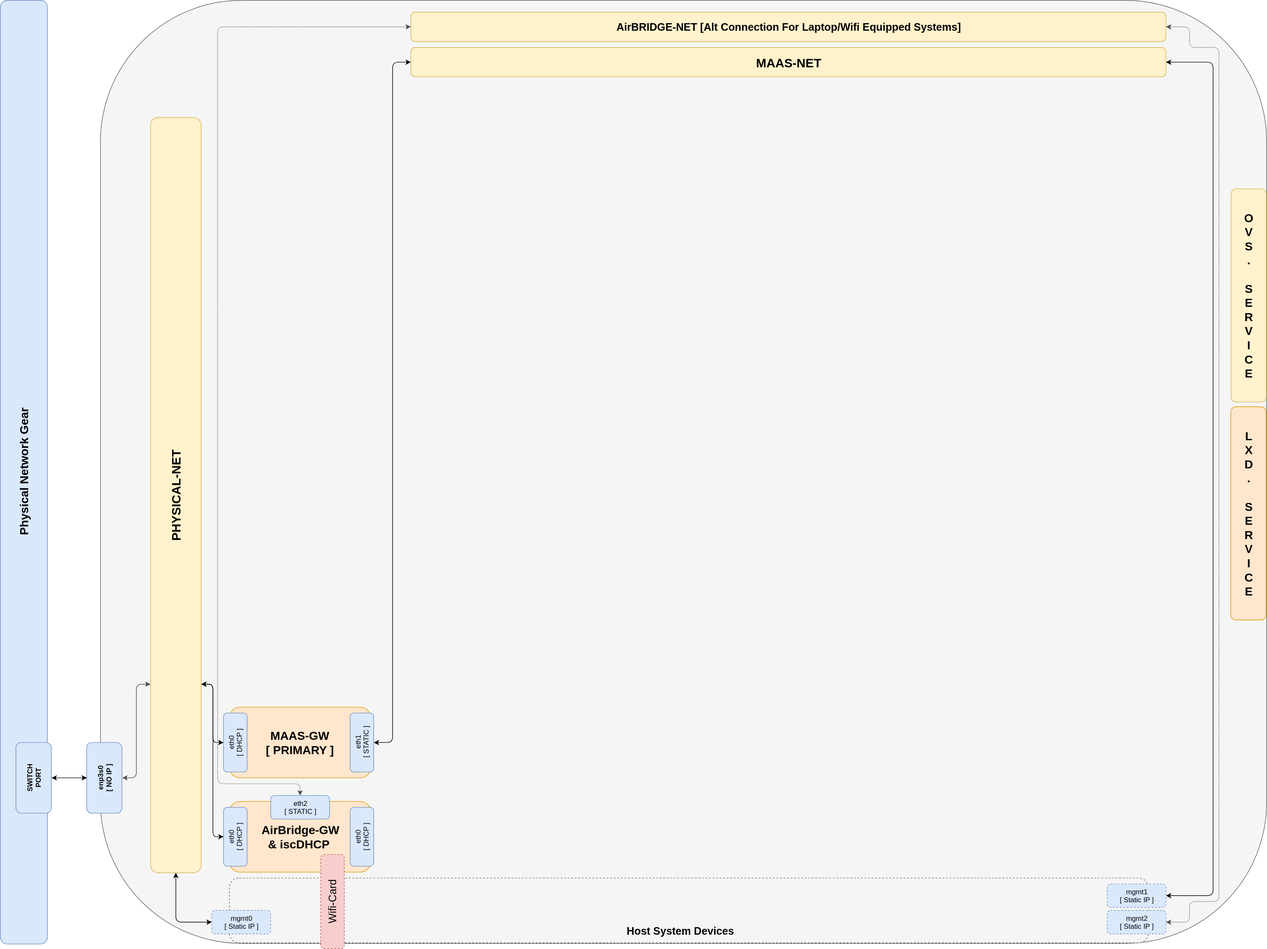
The draw.io diagram 3_LXD-Network-Gateway/web/drawio/lxd-gateway.svg in KathrynMorgan/mini-stack, before a commit. Source tidied: cells renumbered, new cells last; positions are measured from the earlier drawing's top-left corner, leaving out a move shared by most shapes.
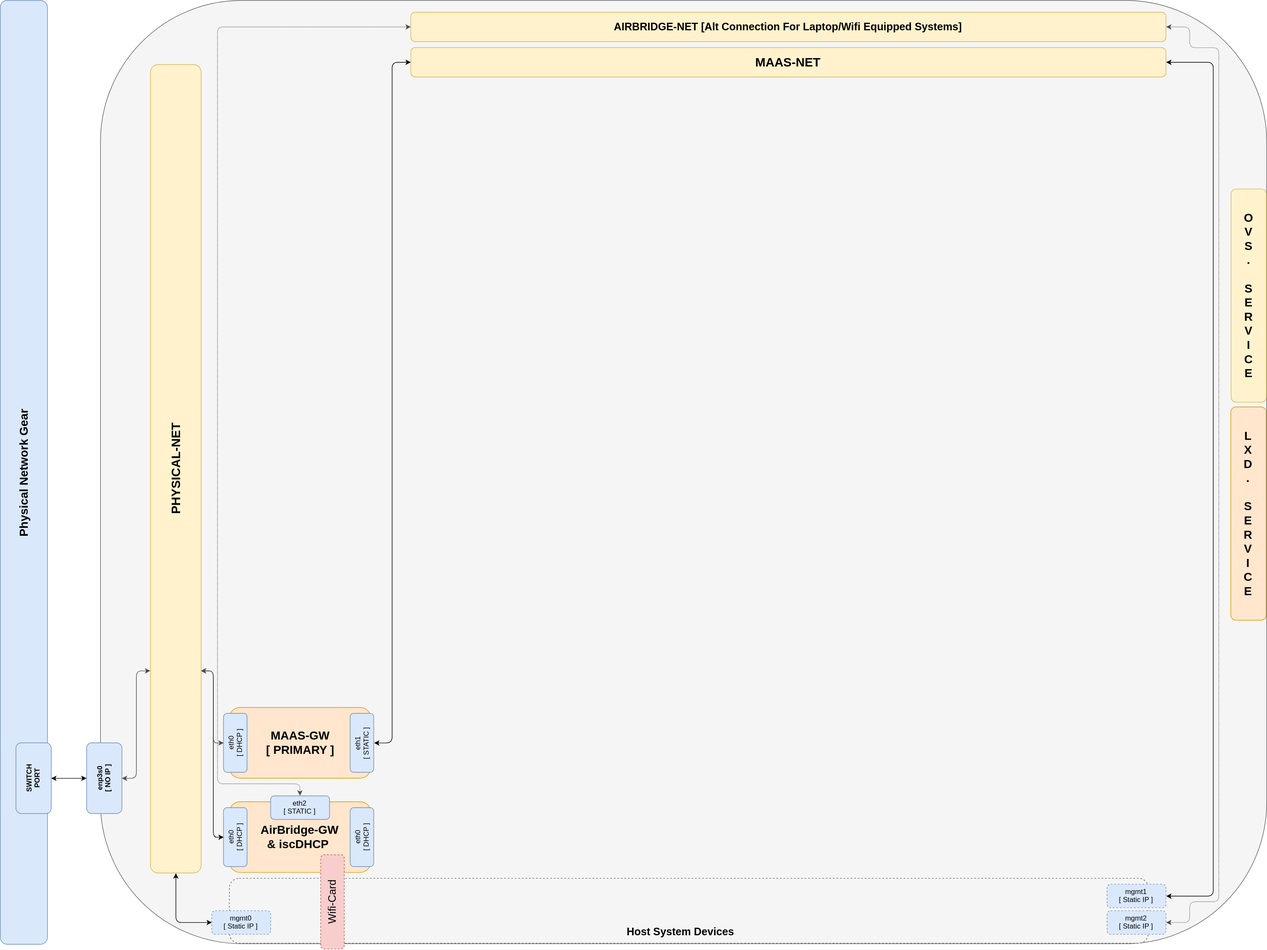
The same file after the commit.

Commit message:
part 3 LXD Gateway update

Diff of the diagram source:
```diff
@@ -17,8 +17,11 @@
     <mxCell id="6" style="edgeStyle=orthogonalEdgeStyle;rounded=1;html=1;exitX=0.75;exitY=1;entryX=0.5;entryY=1;startArrow=classic;startFill=1;jettySize=auto;strokeColor=#4D4D4D;" parent="1" edge="1" source="7" target="11">
       <mxGeometry relative="1" as="geometry" />
     </mxCell>
+    <mxCell id="33" style="edgeStyle=orthogonalEdgeStyle;rounded=1;html=1;exitX=0.75;exitY=0;entryX=0.5;entryY=0;startArrow=classic;startFill=1;jettySize=auto;strokeColor=#4D4D4D;" parent="1" edge="1" source="7" target="23">
+      <mxGeometry relative="1" as="geometry" />
+    </mxCell>
     <mxCell id="7" value="&lt;b&gt;&lt;font style=&quot;font-size: 21px&quot;&gt;PHYSICAL-NET&lt;/font&gt;&lt;/b&gt;" style="rounded=1;whiteSpace=wrap;html=1;fillColor=#fff2cc;strokeColor=#d6b656;direction=west;rotation=-90;" parent="1" vertex="1">
-      <mxGeometry x="418" y="797" width="1282" height="86" as="geometry" />
+      <mxGeometry x="373" y="752" width="1372" height="86" as="geometry" />
     </mxCell>
     <mxCell id="8" style="rounded=1;whiteSpace=wrap;html=1;fontSize=18;fillColor=#f5f5f5;strokeColor=#666666;dashed=1;" parent="1" vertex="1">
       <mxGeometry x="1150" y="1490" width="1560" height="110" as="geometry" />
@@ -67,14 +70,6 @@
     <mxCell id="21" value="&lt;b&gt;&lt;font style=&quot;font-size: 20px&quot;&gt;MAAS-GW&lt;br&gt;[ PRIMARY ]&lt;br&gt;&lt;/font&gt;&lt;/b&gt;" style="rounded=1;whiteSpace=wrap;html=1;fillColor=#ffe6cc;strokeColor=#d79b00;" parent="1" vertex="1">
       <mxGeometry x="1150" y="1200" width="240" height="120" as="geometry" />
     </mxCell>
-    <mxCell id="22" style="edgeStyle=orthogonalEdgeStyle;rounded=1;html=1;exitX=0.5;exitY=0;entryX=0.75;entryY=0;startArrow=classic;startFill=1;jettySize=auto;" parent="1" edge="1" source="23" target="7">
-      <mxGeometry relative="1" as="geometry">
-        <Array as="points">
-          <mxPoint x="1122" y="1260" />
-          <mxPoint x="1122" y="1161" />
-        </Array>
-      </mxGeometry>
-    </mxCell>
     <mxCell id="23" value="eth0&lt;br&gt;[ DHCP ]&lt;br&gt;" style="rounded=1;whiteSpace=wrap;html=1;fillColor=#dae8fc;strokeColor=#6c8ebf;rotation=-90;" parent="1" vertex="1">
       <mxGeometry x="1110" y="1240" width="100" height="40" as="geometry" />
     </mxCell>
@@ -114,7 +109,7 @@
         </Array>
       </mxGeometry>
     </mxCell>
-    <mxCell id="31" value="&lt;b&gt;&lt;font style=&quot;font-size: 18px&quot;&gt;AirBRIDGE-NET [Alt Connection For Laptop/Wifi Equipped Systems]&lt;/font&gt;&lt;/b&gt;" style="rounded=1;whiteSpace=wrap;html=1;fillColor=#fff2cc;strokeColor=#d6b656;direction=east;rotation=0;" parent="1" vertex="1">
+    <mxCell id="31" value="&lt;b&gt;&lt;font style=&quot;font-size: 18px&quot;&gt;AIRBRIDGE-NET [Alt Connection For Laptop/Wifi Equipped Systems]&lt;/font&gt;&lt;/b&gt;" style="rounded=1;whiteSpace=wrap;html=1;fillColor=#fff2cc;strokeColor=#d6b656;direction=east;rotation=0;" parent="1" vertex="1">
       <mxGeometry x="1458" y="20" width="1282" height="50" as="geometry" />
     </mxCell>
     <mxCell id="32" value="mgmt2&lt;br&gt;[ Static IP ]&lt;br&gt;" style="rounded=1;whiteSpace=wrap;html=1;fillColor=#dae8fc;strokeColor=#6c8ebf;dashed=1;" parent="1" vertex="1">
```
